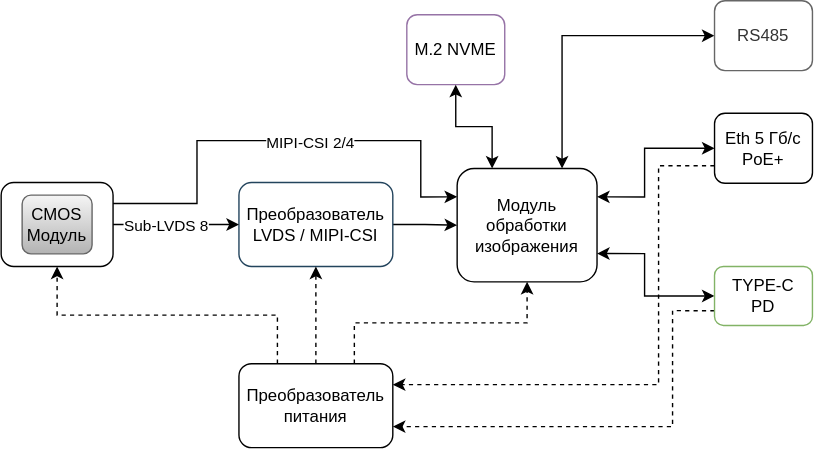
sdyspb/reimagined-rk3588 keeps this draw.io diagram as docs/hardware/start88_smart-camera_fbd.drawio.svg. Above is the earlier version. Source tidied: cells renumbered, new cells last; positions are measured from the earlier drawing's top-left corner, leaving out a move shared by most shapes.
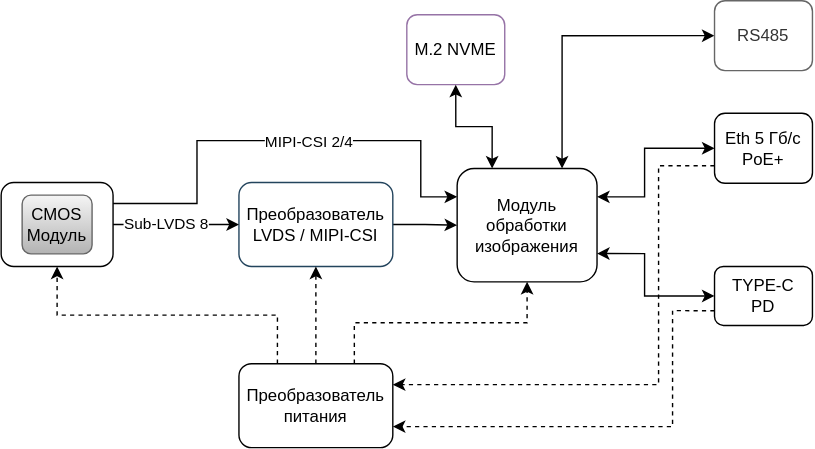
The same diagram one commit later.

Change to the diagram source:
```diff
@@ -40,7 +40,7 @@
         </Array>
       </mxGeometry>
     </mxCell>
-    <mxCell id="8" value="&lt;font&gt;TYPE-C&lt;/font&gt;&lt;div&gt;&lt;font&gt;PD&lt;/font&gt;&lt;/div&gt;" style="rounded=1;whiteSpace=wrap;html=1;fontSize=12;fillColor=none;strokeColor=#82b366;verticalAlign=middle;direction=south;horizontal=1;" parent="1" vertex="1">
+    <mxCell id="8" value="&lt;font&gt;TYPE-C&lt;/font&gt;&lt;div&gt;&lt;font&gt;PD&lt;/font&gt;&lt;/div&gt;" style="rounded=1;whiteSpace=wrap;html=1;fontSize=12;fillColor=none;strokeColor=#000000;verticalAlign=middle;direction=south;horizontal=1;" parent="1" vertex="1">
       <mxGeometry x="510" y="190" width="70" height="42.2" as="geometry" />
     </mxCell>
     <mxCell id="9" style="edgeStyle=orthogonalEdgeStyle;rounded=0;jettySize=auto;html=1;exitX=0.5;exitY=0;exitDx=0;exitDy=0;entryX=0;entryY=0.5;entryDx=0;entryDy=0;" parent="1" edge="1" source="10" target="4">
```
